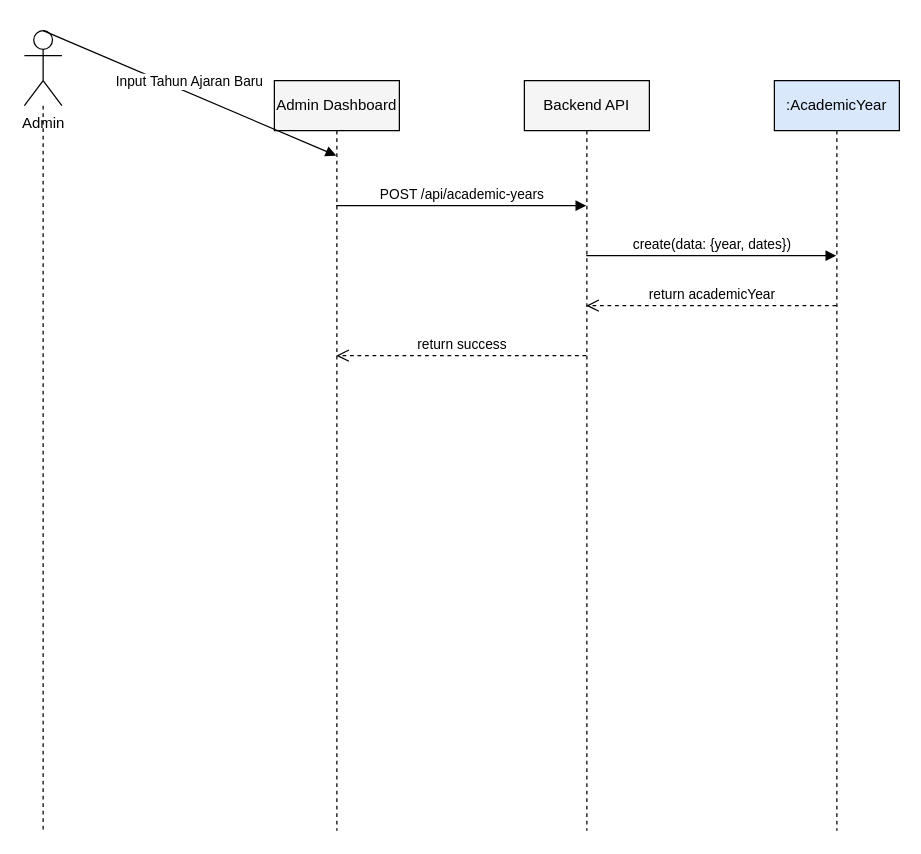
muhammaddzaki123/adminkassmpit keeps this draw.io diagram as docs/sequence_admin_create_academic_year.drawio. Above is the earlier version. Source tidied: cells renumbered, new cells numbered last; positions are measured from the earlier drawing's top-left corner, leaving out a move shared by most shapes. Both pictures are drawn from the tidied source at 125%, with x=0, y=0 at pixel (24, 30).
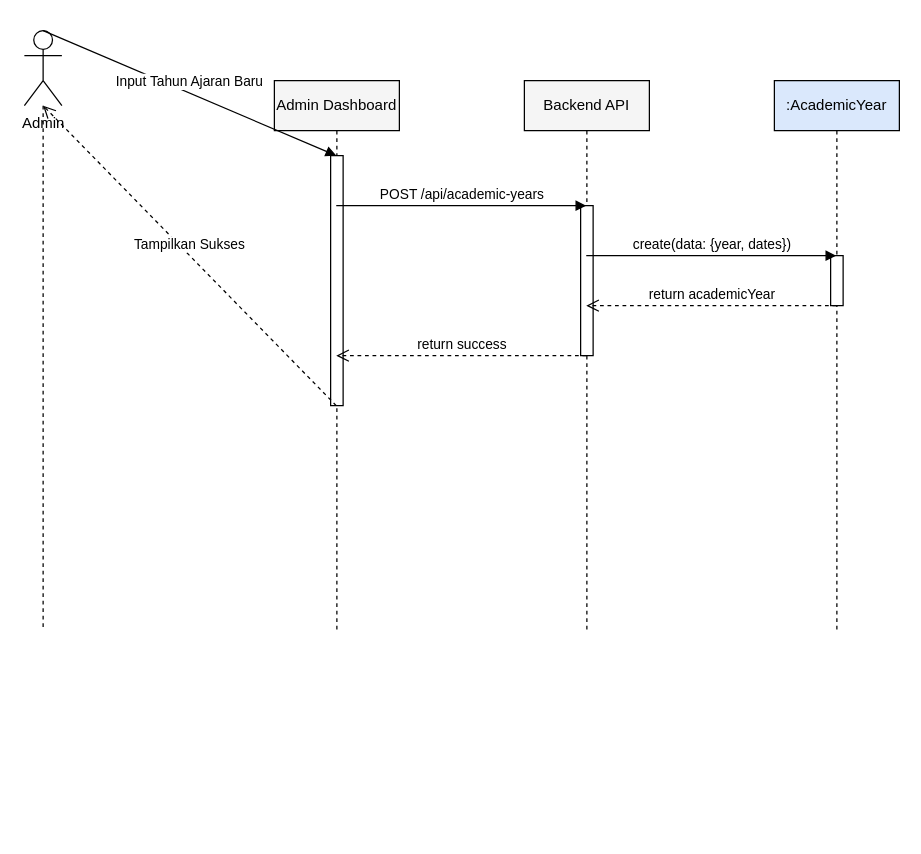
The same page after the edit.

Diff of the diagram source:
```diff
@@
 <mxGraphModel>
   <root>
     <mxCell id="0" />
     <mxCell id="1" parent="0" />
     <mxCell id="2" value="Admin" style="shape=umlActor;verticalLabelPosition=bottom;verticalAlign=top;html=1;outlineConnect=0;" parent="1" vertex="1">
       <mxGeometry width="30" height="60" as="geometry" />
     </mxCell>
     <mxCell id="3" style="endArrow=none;dashed=1;html=1;" parent="1" edge="1" source="2">
       <mxGeometry relative="1" as="geometry">
-        <mxPoint x="15" y="640" as="targetPoint" />
+        <mxPoint x="15" y="480" as="targetPoint" />
       </mxGeometry>
     </mxCell>
     <mxCell id="4" value="Admin Dashboard" style="shape=umlLifeline;perimeter=lifelinePerimeter;whiteSpace=wrap;html=1;outlineConnect=0;fillColor=#f5f5f5;" parent="1" vertex="1">
-      <mxGeometry x="200" y="40" width="100" height="600" as="geometry" />
+      <mxGeometry x="200" y="40" width="100" height="440" as="geometry" />
     </mxCell>
     <mxCell id="5" value="Backend API" style="shape=umlLifeline;perimeter=lifelinePerimeter;whiteSpace=wrap;html=1;outlineConnect=0;fillColor=#f5f5f5;" parent="1" vertex="1">
-      <mxGeometry x="400" y="40" width="100" height="600" as="geometry" />
+      <mxGeometry x="400" y="40" width="100" height="440" as="geometry" />
     </mxCell>
     <mxCell id="6" value=":AcademicYear" style="shape=umlLifeline;perimeter=lifelinePerimeter;whiteSpace=wrap;html=1;outlineConnect=0;fillColor=#dae8fc;" parent="1" vertex="1">
-      <mxGeometry x="600" y="40" width="100" height="600" as="geometry" />
+      <mxGeometry x="600" y="40" width="100" height="440" as="geometry" />
     </mxCell>
-    <mxCell id="7" value="Input Tahun Ajaran Baru" style="html=1;verticalAlign=bottom;endArrow=block;rounded=0;entryX=0.5;entryY=0.1;exitX=0.5;exitY=0.1;" parent="1" edge="1" source="2" target="4">
-      <mxGeometry relative="1" as="geometry" />
+    <mxCell id="7" style="html=1;perimeter=orthogonalPerimeter;fillColor=#FFFFFF;strokeColor=#000000;" parent="1" vertex="1">
+      <mxGeometry x="645" y="180" width="10" height="40" as="geometry" />
     </mxCell>
-    <mxCell id="8" value="POST /api/academic-years" style="html=1;verticalAlign=bottom;endArrow=block;rounded=0;entryX=0.5;entryY=0.16666666666666666;exitX=0.5;exitY=0.16666666666666666;" parent="1" edge="1" source="4" target="5">
-      <mxGeometry relative="1" as="geometry" />
+    <mxCell id="8" style="html=1;perimeter=orthogonalPerimeter;fillColor=#FFFFFF;strokeColor=#000000;" parent="1" vertex="1">
+      <mxGeometry x="445" y="140" width="10" height="120" as="geometry" />
     </mxCell>
-    <mxCell id="9" value="create(data: {year, dates})" style="html=1;verticalAlign=bottom;endArrow=block;rounded=0;entryX=0.5;entryY=0.23333333333333334;exitX=0.5;exitY=0.23333333333333334;" parent="1" edge="1" source="5" target="6">
-      <mxGeometry relative="1" as="geometry" />
+    <mxCell id="9" style="html=1;perimeter=orthogonalPerimeter;fillColor=#FFFFFF;strokeColor=#000000;" parent="1" vertex="1">
+      <mxGeometry x="245" y="100" width="10" height="200" as="geometry" />
     </mxCell>
-    <mxCell id="10" value="return academicYear" style="html=1;verticalAlign=bottom;endArrow=open;dashed=1;endSize=8;rounded=0;entryX=0.5;entryY=0.3;exitX=0.5;exitY=0.3;" parent="1" edge="1" source="6" target="5">
+    <mxCell id="10" value="Input Tahun Ajaran Baru" style="html=1;verticalAlign=bottom;endArrow=block;rounded=0;entryX=0.5;entryY=0.13636363636363635;exitX=0.5;exitY=0.13636363636363635;" parent="1" edge="1" source="2" target="4">
       <mxGeometry relative="1" as="geometry" />
     </mxCell>
-    <mxCell id="11" value="return success" style="html=1;verticalAlign=bottom;endArrow=open;dashed=1;endSize=8;rounded=0;entryX=0.5;entryY=0.36666666666666664;exitX=0.5;exitY=0.36666666666666664;" parent="1" edge="1" source="5" target="4">
+    <mxCell id="11" value="POST /api/academic-years" style="html=1;verticalAlign=bottom;endArrow=block;rounded=0;entryX=0.5;entryY=0.22727272727272727;exitX=0.5;exitY=0.22727272727272727;" parent="1" edge="1" source="4" target="5">
       <mxGeometry relative="1" as="geometry" />
     </mxCell>
+    <mxCell id="12" value="create(data: {year, dates})" style="html=1;verticalAlign=bottom;endArrow=block;rounded=0;entryX=0.5;entryY=0.3181818181818182;exitX=0.5;exitY=0.3181818181818182;" parent="1" edge="1" source="5" target="6">
+      <mxGeometry relative="1" as="geometry" />
+    </mxCell>
+    <mxCell id="13" value="return academicYear" style="html=1;verticalAlign=bottom;endArrow=open;dashed=1;endSize=8;rounded=0;entryX=0.5;entryY=0.4090909090909091;exitX=0.5;exitY=0.4090909090909091;" parent="1" edge="1" source="6" target="5">
+      <mxGeometry relative="1" as="geometry" />
+    </mxCell>
+    <mxCell id="14" value="return success" style="html=1;verticalAlign=bottom;endArrow=open;dashed=1;endSize=8;rounded=0;entryX=0.5;entryY=0.5;exitX=0.5;exitY=0.5;" parent="1" edge="1" source="5" target="4">
+      <mxGeometry relative="1" as="geometry" />
+    </mxCell>
+    <mxCell id="15" value="Tampilkan Sukses" style="html=1;verticalAlign=bottom;endArrow=open;dashed=1;endSize=8;rounded=0;entryX=0.5;entryY=0.5909090909090909;exitX=0.5;exitY=0.5909090909090909;" parent="1" edge="1" source="4" target="2">
+      <mxGeometry relative="1" as="geometry" />
+    </mxCell>
   </root>
 </mxGraphModel>
```
